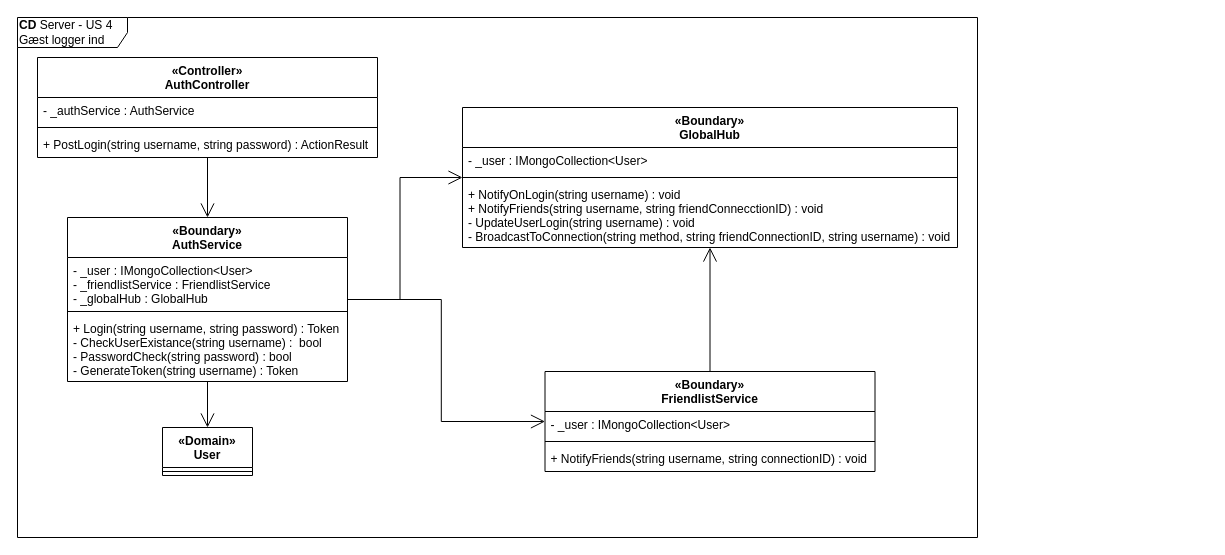
The draw.io diagram page "CD-Server" (3 of 3) of diagrams/arkitektur/US4_login.drawio in Macradon/I7BAC-PlugNPlay, before the edit. Source tidied: cells renumbered, new cells numbered last; positions are measured from the earlier drawing's top-left corner, leaving out a move shared by most shapes. Both pictures are drawn from the tidied source at 100%, with x=0, y=0 at pixel (17, 17).
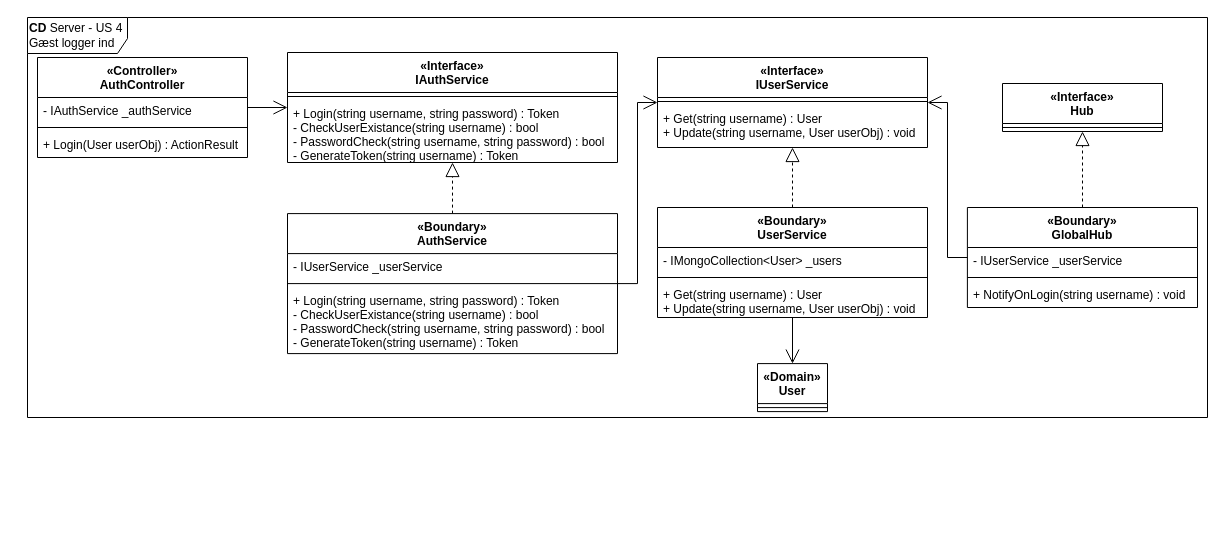
Above is the later version.

Diff of the diagram source:
```diff
@@
-    <mxCell id="2" value="&lt;b&gt;CD&lt;/b&gt;&amp;nbsp;Server&amp;nbsp;- US 4&lt;br&gt;Gæst logger ind" style="shape=umlFrame;whiteSpace=wrap;html=1;labelBackgroundColor=none;align=left;width=110;height=30;" parent="1" vertex="1">
-      <mxGeometry width="960" height="520" as="geometry" />
+    <mxCell id="2" value="&lt;b&gt;CD&lt;/b&gt;&lt;span&gt;&amp;nbsp;Server&amp;nbsp;- US 4&lt;/span&gt;&lt;br&gt;&lt;span&gt;Gæst logger ind&lt;/span&gt;" style="shape=umlFrame;whiteSpace=wrap;html=1;width=100;height=36;align=left;" parent="1" vertex="1">
+      <mxGeometry x="10" width="1180" height="400" as="geometry" />
     </mxCell>
-    <mxCell id="3" style="edgeStyle=orthogonalEdgeStyle;rounded=0;jettySize=auto;html=1;endArrow=open;endFill=0;endSize=12;" parent="1" edge="1" source="4" target="11">
-      <mxGeometry relative="1" as="geometry" />
-    </mxCell>
+    <mxCell id="26" style="edgeStyle=orthogonalEdgeStyle;rounded=0;jettySize=auto;html=1;endSize=12;endArrow=open;endFill=0;" parent="1" edge="1" source="4" target="41">
+      <mxGeometry relative="1" as="geometry" />
+    </mxCell>
     <mxCell id="4" value="«Controller»&#10;AuthController" style="swimlane;fontStyle=1;align=center;verticalAlign=top;horizontal=1;startSize=40;" parent="1" vertex="1">
-      <mxGeometry x="20" y="40" width="340" height="100" as="geometry" />
+      <mxGeometry x="20" y="40" width="210" height="100" as="geometry" />
     </mxCell>
-    <mxCell id="5" value="- _authService : AuthService" style="text;strokeColor=none;fillColor=none;align=left;verticalAlign=top;spacingLeft=4;spacingRight=4;overflow=hidden;" parent="4" vertex="1">
-      <mxGeometry y="40" width="340" height="26" as="geometry" />
-    </mxCell>
-    <mxCell id="6" style="line;strokeWidth=1;fillColor=none;align=left;verticalAlign=middle;spacingTop=-1;spacingLeft=3;spacingRight=3;labelPosition=right;" parent="4" vertex="1">
-      <mxGeometry y="66" width="340" height="8" as="geometry" />
-    </mxCell>
-    <mxCell id="7" value="+ PostLogin(string username, string password) : ActionResult" style="text;strokeColor=none;fillColor=none;align=left;verticalAlign=top;spacingLeft=4;spacingRight=4;overflow=hidden;" parent="4" vertex="1">
-      <mxGeometry y="74" width="340" height="26" as="geometry" />
-    </mxCell>
-    <mxCell id="8" style="edgeStyle=orthogonalEdgeStyle;rounded=0;jettySize=auto;html=1;endArrow=open;endFill=0;endSize=12;" parent="1" edge="1" source="11" target="15">
-      <mxGeometry relative="1" as="geometry" />
-    </mxCell>
-    <mxCell id="9" style="edgeStyle=orthogonalEdgeStyle;rounded=0;jettySize=auto;html=1;endArrow=open;endFill=0;endSize=12;" parent="1" edge="1" source="11" target="17">
-      <mxGeometry relative="1" as="geometry" />
-    </mxCell>
-    <mxCell id="10" style="edgeStyle=orthogonalEdgeStyle;rounded=0;jettySize=auto;html=1;endArrow=open;endFill=0;endSize=12;" parent="1" edge="1" source="11" target="22">
-      <mxGeometry relative="1" as="geometry" />
-    </mxCell>
+    <mxCell id="27" value="- IAuthService _authService" style="text;strokeColor=none;fillColor=none;align=left;verticalAlign=top;spacingLeft=4;spacingRight=4;overflow=hidden;" parent="4" vertex="1">
+      <mxGeometry y="40" width="210" height="26" as="geometry" />
+    </mxCell>
+    <mxCell id="28" style="line;strokeWidth=1;fillColor=none;align=left;verticalAlign=middle;spacingTop=-1;spacingLeft=3;spacingRight=3;labelPosition=right;" parent="4" vertex="1">
+      <mxGeometry y="66" width="210" height="8" as="geometry" />
+    </mxCell>
+    <mxCell id="29" value="+ Login(User userObj) : ActionResult" style="text;strokeColor=none;fillColor=none;align=left;verticalAlign=top;spacingLeft=4;spacingRight=4;overflow=hidden;" parent="4" vertex="1">
+      <mxGeometry y="74" width="210" height="26" as="geometry" />
+    </mxCell>
+    <mxCell id="30" style="edgeStyle=orthogonalEdgeStyle;rounded=0;jettySize=auto;html=1;endSize=12;endArrow=block;endFill=0;dashed=1;" parent="1" edge="1" source="11" target="41">
+      <mxGeometry relative="1" as="geometry" />
+    </mxCell>
+    <mxCell id="31" style="edgeStyle=orthogonalEdgeStyle;rounded=0;jettySize=auto;html=1;endArrow=open;endFill=0;endSize=12;" parent="1" edge="1" source="11" target="50">
+      <mxGeometry relative="1" as="geometry">
+        <Array as="points">
+          <mxPoint x="620" y="266" />
+          <mxPoint x="620" y="85" />
+        </Array>
+      </mxGeometry>
+    </mxCell>
     <mxCell id="11" value="«Boundary»&#10;AuthService" style="swimlane;fontStyle=1;align=center;verticalAlign=top;horizontal=1;startSize=40;" parent="1" vertex="1">
-      <mxGeometry x="50" y="200" width="280" height="164" as="geometry" />
+      <mxGeometry x="270" y="196.1" width="330" height="140" as="geometry" />
     </mxCell>
-    <mxCell id="12" value="- _user : IMongoCollection&lt;User&gt;&#10;- _friendlistService : FriendlistService&#10;- _globalHub : GlobalHub" style="text;strokeColor=none;fillColor=none;align=left;verticalAlign=top;spacingLeft=4;spacingRight=4;overflow=hidden;" parent="11" vertex="1">
-      <mxGeometry y="40" width="280" height="50" as="geometry" />
-    </mxCell>
-    <mxCell id="13" style="line;strokeWidth=1;fillColor=none;align=left;verticalAlign=middle;spacingTop=-1;spacingLeft=3;spacingRight=3;labelPosition=right;" parent="11" vertex="1">
-      <mxGeometry y="90" width="280" height="8" as="geometry" />
-    </mxCell>
-    <mxCell id="14" value="+ Login(string username, string password) : Token&#10;- CheckUserExistance(string username) :  bool&#10;- PasswordCheck(string password) : bool&#10;- GenerateToken(string username) : Token&#10;" style="text;strokeColor=none;fillColor=none;align=left;verticalAlign=top;spacingLeft=4;spacingRight=4;overflow=hidden;" parent="11" vertex="1">
-      <mxGeometry y="98" width="280" height="66" as="geometry" />
-    </mxCell>
+    <mxCell id="32" value="- IUserService _userService" style="text;strokeColor=none;fillColor=none;align=left;verticalAlign=top;spacingLeft=4;spacingRight=4;overflow=hidden;" parent="11" vertex="1">
+      <mxGeometry y="40" width="330" height="26" as="geometry" />
+    </mxCell>
+    <mxCell id="24" style="line;strokeWidth=1;fillColor=none;align=left;verticalAlign=middle;spacingTop=-1;spacingLeft=3;spacingRight=3;labelPosition=right;" parent="11" vertex="1">
+      <mxGeometry y="66" width="330" height="8" as="geometry" />
+    </mxCell>
+    <mxCell id="33" value="+ Login(string username, string password) : Token&#10;- CheckUserExistance(string username) : bool&#10;- PasswordCheck(string username, string password) : bool&#10;- GenerateToken(string username) : Token" style="text;strokeColor=none;fillColor=none;align=left;verticalAlign=top;spacingLeft=4;spacingRight=4;overflow=hidden;" parent="11" vertex="1">
+      <mxGeometry y="74" width="330" height="66" as="geometry" />
+    </mxCell>
+    <mxCell id="34" style="edgeStyle=orthogonalEdgeStyle;rounded=0;jettySize=auto;html=1;endArrow=block;endFill=0;endSize=12;dashed=1;" parent="1" edge="1" source="17" target="39">
+      <mxGeometry relative="1" as="geometry" />
+    </mxCell>
+    <mxCell id="35" style="edgeStyle=orthogonalEdgeStyle;rounded=0;jettySize=auto;html=1;endArrow=open;endFill=0;endSize=12;" parent="1" edge="1" source="17" target="50">
+      <mxGeometry relative="1" as="geometry">
+        <Array as="points">
+          <mxPoint x="930" y="240" />
+          <mxPoint x="930" y="85" />
+        </Array>
+      </mxGeometry>
+    </mxCell>
+    <mxCell id="17" value="«Boundary»&#10;GlobalHub" style="swimlane;fontStyle=1;align=center;verticalAlign=top;horizontal=1;startSize=40;" parent="1" vertex="1">
+      <mxGeometry x="949.9" y="190" width="230.1" height="100" as="geometry" />
+    </mxCell>
+    <mxCell id="36" value="- IUserService _userService" style="text;strokeColor=none;fillColor=none;align=left;verticalAlign=top;spacingLeft=4;spacingRight=4;overflow=hidden;" parent="17" vertex="1">
+      <mxGeometry y="40" width="230.1" height="26" as="geometry" />
+    </mxCell>
+    <mxCell id="37" style="line;strokeWidth=1;fillColor=none;align=left;verticalAlign=middle;spacingTop=-1;spacingLeft=3;spacingRight=3;labelPosition=right;" parent="17" vertex="1">
+      <mxGeometry y="66" width="230.1" height="8" as="geometry" />
+    </mxCell>
+    <mxCell id="38" value="+ NotifyOnLogin(string username) : void" style="text;strokeColor=none;fillColor=none;align=left;verticalAlign=top;spacingLeft=4;spacingRight=4;overflow=hidden;" parent="17" vertex="1">
+      <mxGeometry y="74" width="230.1" height="26" as="geometry" />
+    </mxCell>
+    <mxCell id="39" value="«Interface»&#10;Hub" style="swimlane;fontStyle=1;align=center;verticalAlign=top;horizontal=1;startSize=40;" parent="1" vertex="1">
+      <mxGeometry x="985" y="66" width="160" height="48" as="geometry" />
+    </mxCell>
+    <mxCell id="40" style="line;strokeWidth=1;fillColor=none;align=left;verticalAlign=middle;spacingTop=-1;spacingLeft=3;spacingRight=3;labelPosition=right;" parent="39" vertex="1">
+      <mxGeometry y="40" width="160" height="8" as="geometry" />
+    </mxCell>
+    <mxCell id="41" value="«Interface»&#10;IAuthService" style="swimlane;fontStyle=1;align=center;verticalAlign=top;horizontal=1;startSize=40;" parent="1" vertex="1">
+      <mxGeometry x="270" y="35" width="330" height="110" as="geometry" />
+    </mxCell>
+    <mxCell id="42" style="line;strokeWidth=1;fillColor=none;align=left;verticalAlign=middle;spacingTop=-1;spacingLeft=3;spacingRight=3;labelPosition=right;" parent="41" vertex="1">
+      <mxGeometry y="40" width="330" height="8" as="geometry" />
+    </mxCell>
+    <mxCell id="43" value="+ Login(string username, string password) : Token&#10;- CheckUserExistance(string username) : bool&#10;- PasswordCheck(string username, string password) : bool&#10;- GenerateToken(string username) : Token" style="text;strokeColor=none;fillColor=none;align=left;verticalAlign=top;spacingLeft=4;spacingRight=4;overflow=hidden;" parent="41" vertex="1">
+      <mxGeometry y="48" width="330" height="62" as="geometry" />
+    </mxCell>
+    <mxCell id="44" style="edgeStyle=orthogonalEdgeStyle;rounded=0;jettySize=auto;html=1;endArrow=open;endFill=0;endSize=12;" parent="1" edge="1" source="46" target="15">
+      <mxGeometry relative="1" as="geometry" />
+    </mxCell>
+    <mxCell id="45" style="edgeStyle=orthogonalEdgeStyle;rounded=0;jettySize=auto;html=1;endArrow=block;endFill=0;endSize=12;dashed=1;" parent="1" edge="1" source="46" target="50">
+      <mxGeometry relative="1" as="geometry" />
+    </mxCell>
+    <mxCell id="46" value="«Boundary»&#10;UserService" style="swimlane;fontStyle=1;align=center;verticalAlign=top;horizontal=1;startSize=40;" parent="1" vertex="1">
+      <mxGeometry x="640" y="190" width="270" height="110" as="geometry" />
+    </mxCell>
+    <mxCell id="47" value="- IMongoCollection&lt;User&gt; _users" style="text;strokeColor=none;fillColor=none;align=left;verticalAlign=top;spacingLeft=4;spacingRight=4;overflow=hidden;" parent="46" vertex="1">
+      <mxGeometry y="40" width="270" height="26" as="geometry" />
+    </mxCell>
+    <mxCell id="48" style="line;strokeWidth=1;fillColor=none;align=left;verticalAlign=middle;spacingTop=-1;spacingLeft=3;spacingRight=3;labelPosition=right;" parent="46" vertex="1">
+      <mxGeometry y="66" width="270" height="8" as="geometry" />
+    </mxCell>
+    <mxCell id="49" value="+ Get(string username) : User&#10;+ Update(string username, User userObj) : void" style="text;strokeColor=none;fillColor=none;align=left;verticalAlign=top;spacingLeft=4;spacingRight=4;overflow=hidden;" parent="46" vertex="1">
+      <mxGeometry y="74" width="270" height="36" as="geometry" />
+    </mxCell>
+    <mxCell id="50" value="«Interface»&#10;IUserService" style="swimlane;fontStyle=1;align=center;verticalAlign=top;horizontal=1;startSize=40;" parent="1" vertex="1">
+      <mxGeometry x="640" y="40" width="270" height="90" as="geometry" />
+    </mxCell>
+    <mxCell id="51" style="line;strokeWidth=1;fillColor=none;align=left;verticalAlign=middle;spacingTop=-1;spacingLeft=3;spacingRight=3;labelPosition=right;" parent="50" vertex="1">
+      <mxGeometry y="40" width="270" height="8" as="geometry" />
+    </mxCell>
+    <mxCell id="52" value="+ Get(string username) : User&#10;+ Update(string username, User userObj) : void" style="text;strokeColor=none;fillColor=none;align=left;verticalAlign=top;spacingLeft=4;spacingRight=4;overflow=hidden;" parent="50" vertex="1">
+      <mxGeometry y="48" width="270" height="42" as="geometry" />
+    </mxCell>
     <mxCell id="15" value="«Domain»&#10;User" style="swimlane;fontStyle=1;align=center;verticalAlign=top;horizontal=1;startSize=40;" parent="1" vertex="1">
-      <mxGeometry x="145" y="410" width="90" height="48" as="geometry" />
+      <mxGeometry x="740" y="346.1" width="70" height="48" as="geometry" />
     </mxCell>
-    <mxCell id="16" style="line;strokeWidth=1;fillColor=none;align=left;verticalAlign=middle;spacingTop=-1;spacingLeft=3;spacingRight=3;labelPosition=right;" parent="15" vertex="1">
-      <mxGeometry y="40" width="90" height="8" as="geometry" />
-    </mxCell>
-    <mxCell id="17" value="«Boundary»&#10;GlobalHub" style="swimlane;fontStyle=1;align=center;verticalAlign=top;horizontal=1;startSize=40;" parent="1" vertex="1">
-      <mxGeometry x="445" y="90" width="495" height="140" as="geometry" />
-    </mxCell>
-    <mxCell id="18" value="- _user : IMongoCollection&lt;User&gt;" style="text;strokeColor=none;fillColor=none;align=left;verticalAlign=top;spacingLeft=4;spacingRight=4;overflow=hidden;" parent="17" vertex="1">
-      <mxGeometry y="40" width="495" height="26" as="geometry" />
-    </mxCell>
-    <mxCell id="19" style="line;strokeWidth=1;fillColor=none;align=left;verticalAlign=middle;spacingTop=-1;spacingLeft=3;spacingRight=3;labelPosition=right;" parent="17" vertex="1">
-      <mxGeometry y="66" width="495" height="8" as="geometry" />
-    </mxCell>
-    <mxCell id="20" value="+ NotifyOnLogin(string username) : void&#10;+ NotifyFriends(string username, string friendConnecctionID) : void&#10;- UpdateUserLogin(string username) : void&#10;- BroadcastToConnection(string method, string friendConnectionID, string username) : void" style="text;strokeColor=none;fillColor=none;align=left;verticalAlign=top;spacingLeft=4;spacingRight=4;overflow=hidden;" parent="17" vertex="1">
-      <mxGeometry y="74" width="495" height="66" as="geometry" />
-    </mxCell>
-    <mxCell id="21" style="edgeStyle=orthogonalEdgeStyle;rounded=0;jettySize=auto;html=1;endArrow=open;endFill=0;endSize=12;" parent="1" edge="1" source="22" target="17">
-      <mxGeometry relative="1" as="geometry" />
-    </mxCell>
-    <mxCell id="22" value="«Boundary»&#10;FriendlistService" style="swimlane;fontStyle=1;align=center;verticalAlign=top;horizontal=1;startSize=40;" parent="1" vertex="1">
-      <mxGeometry x="527.5" y="354" width="330" height="100" as="geometry" />
-    </mxCell>
-    <mxCell id="23" value="- _user : IMongoCollection&lt;User&gt;" style="text;strokeColor=none;fillColor=none;align=left;verticalAlign=top;spacingLeft=4;spacingRight=4;overflow=hidden;" parent="22" vertex="1">
-      <mxGeometry y="40" width="330" height="26" as="geometry" />
-    </mxCell>
-    <mxCell id="24" style="line;strokeWidth=1;fillColor=none;align=left;verticalAlign=middle;spacingTop=-1;spacingLeft=3;spacingRight=3;labelPosition=right;" parent="22" vertex="1">
-      <mxGeometry y="66" width="330" height="8" as="geometry" />
-    </mxCell>
-    <mxCell id="25" value="+ NotifyFriends(string username, string connectionID) : void" style="text;strokeColor=none;fillColor=none;align=left;verticalAlign=top;spacingLeft=4;spacingRight=4;overflow=hidden;" parent="22" vertex="1">
-      <mxGeometry y="74" width="330" height="26" as="geometry" />
-    </mxCell>
+    <mxCell id="53" style="line;strokeWidth=1;fillColor=none;align=left;verticalAlign=middle;spacingTop=-1;spacingLeft=3;spacingRight=3;labelPosition=right;" parent="15" vertex="1">
+      <mxGeometry y="40" width="70" height="8" as="geometry" />
+    </mxCell>
```
